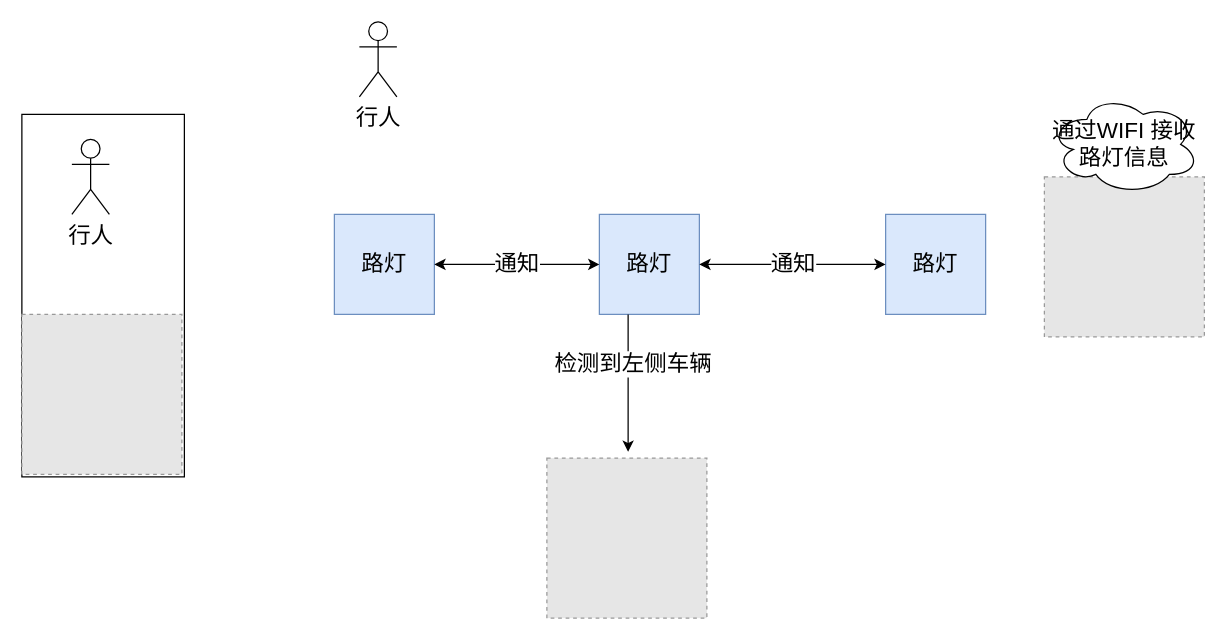
Above: street_lamp_tree.drawio in fuliteng/InitRes (draw.io), before the change. Source tidied: cells renumbered, new cells numbered last; positions are measured from the earlier drawing's top-left corner, leaving out a move shared by most shapes. Both pictures are drawn from the tidied source at 125%, with x=0, y=0 at pixel (21, 21). Pictures stored in the file or linked from it are replaced by grey dashed boxes.
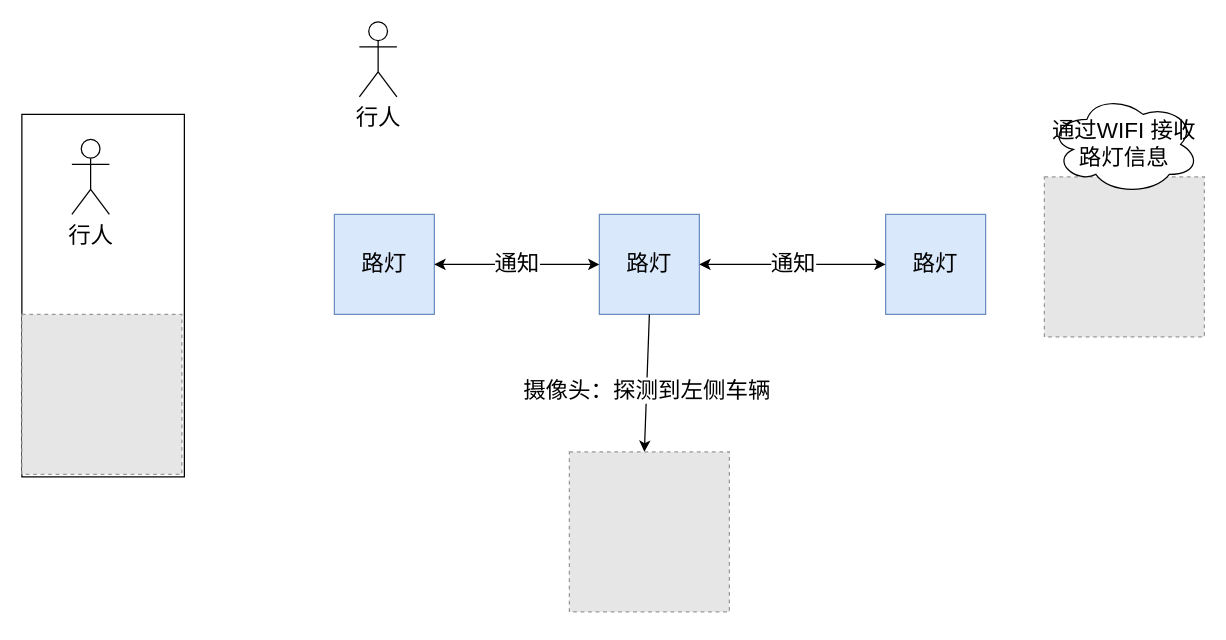
The same page after the edit.

What changed in the source:
```diff
@@
 <mxGraphModel>
   <root>
     <mxCell id="0" />
     <mxCell id="1" parent="0" />
     <mxCell id="2" value="&lt;font style=&quot;font-size: 18px&quot;&gt;路灯&lt;/font&gt;" style="whiteSpace=wrap;html=1;fillColor=#dae8fc;strokeColor=#6c8ebf;" parent="1" vertex="1">
       <mxGeometry x="250" y="154" width="80" height="80" as="geometry" />
     </mxCell>
     <mxCell id="3" value="路灯" style="whiteSpace=wrap;html=1;fontSize=18;fillColor=#dae8fc;strokeColor=#6c8ebf;" parent="1" vertex="1">
       <mxGeometry x="462" y="154" width="80" height="80" as="geometry" />
     </mxCell>
     <mxCell id="4" value="通知" style="endArrow=classic;startArrow=classic;html=1;rounded=0;fontSize=18;entryX=0;entryY=0.5;entryDx=0;entryDy=0;" parent="1" edge="1" source="2" target="3">
       <mxGeometry relative="1" as="geometry" />
     </mxCell>
     <mxCell id="5" value="路灯" style="whiteSpace=wrap;html=1;fontSize=18;fillColor=#dae8fc;strokeColor=#6c8ebf;" parent="1" vertex="1">
       <mxGeometry x="691" y="154" width="80" height="80" as="geometry" />
     </mxCell>
     <mxCell id="6" value="通知" style="endArrow=classic;startArrow=classic;html=1;rounded=0;fontSize=18;entryX=0;entryY=0.5;entryDx=0;entryDy=0;exitX=1;exitY=0.5;exitDx=0;exitDy=0;" parent="1" edge="1" source="3" target="5">
       <mxGeometry relative="1" as="geometry" />
     </mxCell>
     <mxCell id="7" value="行人" style="shape=umlActor;verticalLabelPosition=bottom;verticalAlign=top;html=1;fontSize=18;" parent="1" vertex="1">
       <mxGeometry x="270" width="30" height="60" as="geometry" />
     </mxCell>
     <mxCell id="8" style="fillColor=#E6E6E6;strokeColor=#999999;dashed=1;html=1;verticalAlign=top;verticalLabelPosition=bottom;labelBackgroundColor=#ffffff;fontSize=18;" parent="1" vertex="1">
-      <mxGeometry x="420" y="349" width="128" height="128" as="geometry" />
+      <mxGeometry x="438" y="344" width="128" height="128" as="geometry" />
     </mxCell>
     <mxCell id="9" style="rounded=0;whiteSpace=wrap;html=1;fontSize=18;" parent="1" vertex="1">
       <mxGeometry y="74" width="130" height="290" as="geometry" />
     </mxCell>
     <mxCell id="10" style="fillColor=#E6E6E6;strokeColor=#999999;dashed=1;html=1;verticalAlign=top;verticalLabelPosition=bottom;labelBackgroundColor=#ffffff;fontSize=18;" parent="1" vertex="1">
       <mxGeometry y="234" width="128" height="128" as="geometry" />
     </mxCell>
     <mxCell id="11" value="行人" style="shape=umlActor;verticalLabelPosition=bottom;verticalAlign=top;html=1;fontSize=18;" parent="1" vertex="1">
       <mxGeometry x="40" y="94" width="30" height="60" as="geometry" />
     </mxCell>
     <mxCell id="12" style="fillColor=#E6E6E6;strokeColor=#999999;dashed=1;html=1;verticalAlign=top;verticalLabelPosition=bottom;labelBackgroundColor=#ffffff;fontSize=18;" parent="1" vertex="1">
       <mxGeometry x="818" y="124" width="128" height="128" as="geometry" />
     </mxCell>
     <mxCell id="13" value="通过WIFI 接收路灯信息" style="ellipse;shape=cloud;whiteSpace=wrap;html=1;fontSize=18;" parent="1" vertex="1">
       <mxGeometry x="822" y="58" width="120" height="80" as="geometry" />
     </mxCell>
-    <mxCell id="14" style="endArrow=classic;html=1;rounded=0;fontSize=18;exitX=0.5;exitY=1;exitDx=0;exitDy=0;" parent="1" edge="1">
+    <mxCell id="14" style="endArrow=classic;html=1;rounded=0;fontSize=18;exitX=0.5;exitY=1;exitDx=0;exitDy=0;" parent="1" edge="1" source="3">
       <mxGeometry relative="1" as="geometry">
-        <mxPoint x="485" y="234" as="sourcePoint" />
-        <mxPoint x="485" y="344" as="targetPoint" />
+        <mxPoint x="498" y="344" as="targetPoint" />
       </mxGeometry>
     </mxCell>
-    <mxCell id="15" value="检测到左侧车辆" style="edgeLabel;html=1;align=center;verticalAlign=middle;fontSize=18;" parent="14" vertex="1">
-      <mxGeometry x="-0.29" y="3" relative="1" as="geometry" />
+    <mxCell id="15" value="摄像头：探测到左侧车辆" style="edgeLabel;html=1;align=center;verticalAlign=middle;fontSize=18;" parent="14" vertex="1">
+      <mxGeometry x="-0.29" y="3" relative="1" as="geometry">
+        <mxPoint x="-4" y="21" as="offset" />
+      </mxGeometry>
     </mxCell>
   </root>
 </mxGraphModel>
```
